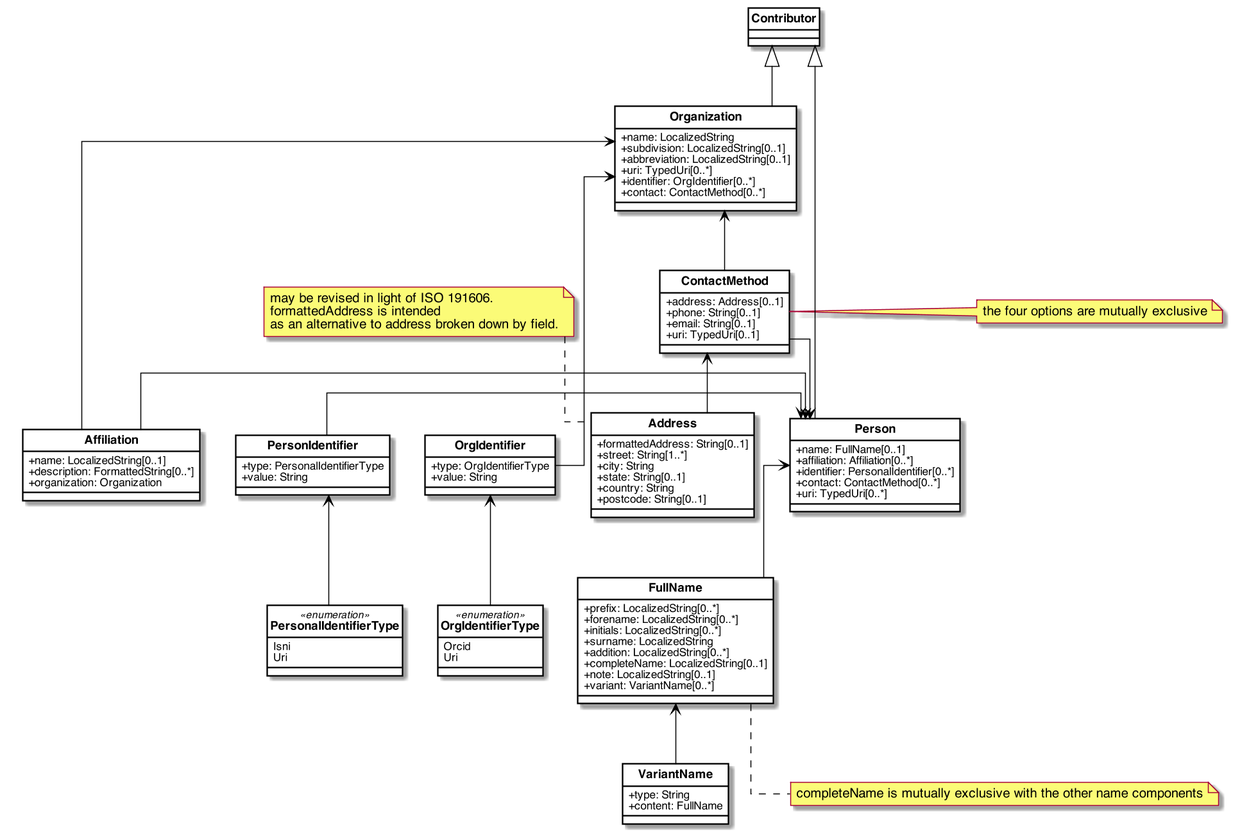
relaton/relaton-models keeps this PlantUML diagram as images/RelBib_Contributor.png. Above is the earlier version.
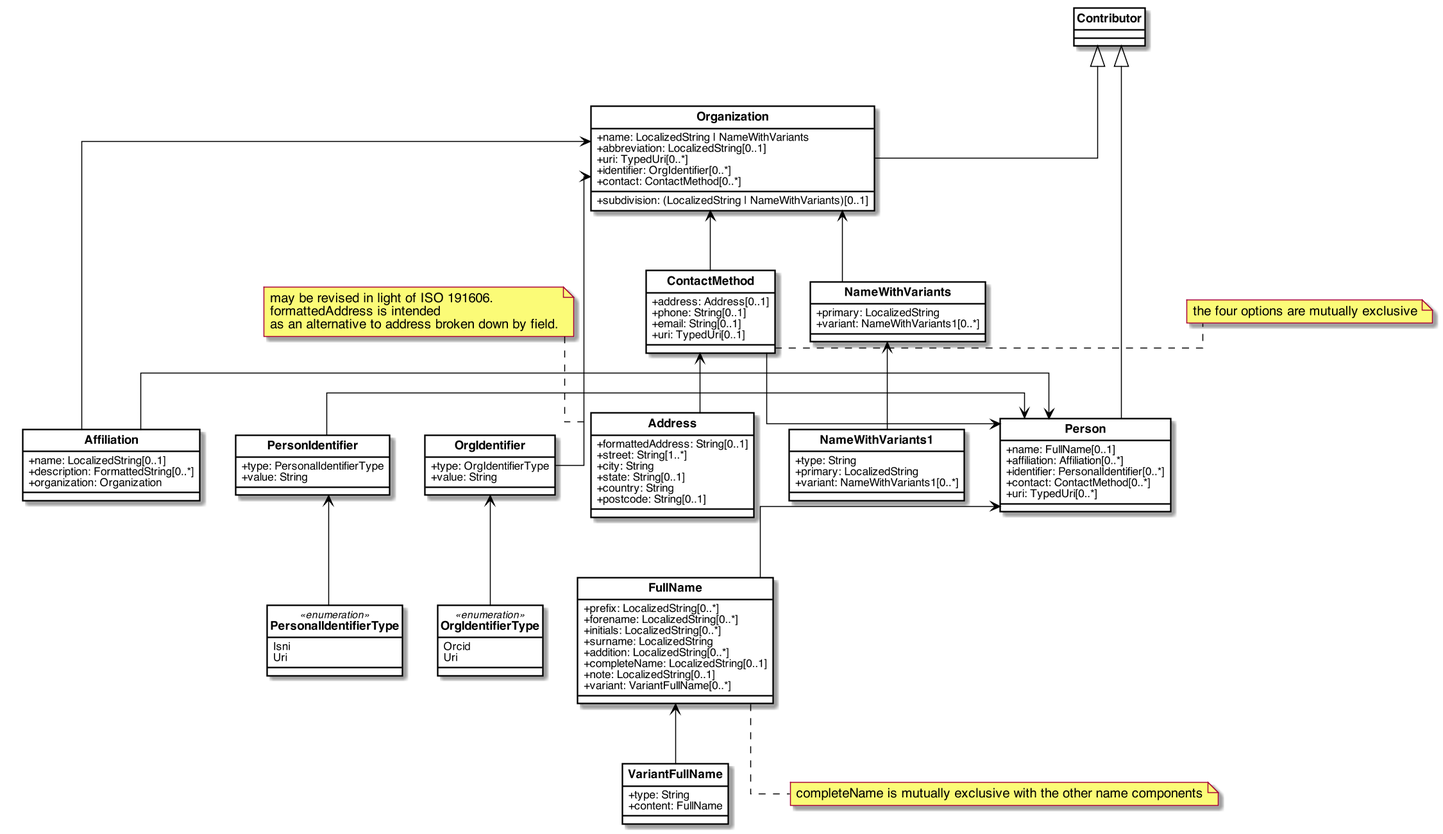
The same diagram one commit later.

Diff of the diagram source:
```diff
@@ -62,13 +62,24 @@
     }
 
     class Organization{
-        +name: LocalizedString
-        +subdivision: LocalizedString[0..1]
+        +name: LocalizedString | NameWithVariants
+        +subdivision: (LocalizedString | NameWithVariants)[0..1]
         +abbreviation: LocalizedString[0..1]
         +uri: TypedUri[0..*]
         +identifier: OrgIdentifier[0..*]
         +contact: ContactMethod[0..*]
     }
+
+    class NameWithVariants{
+        +primary: LocalizedString
+        +variant: NameWithVariants1[0..*]
+    }
+
+   class NameWithVariants1{
+        +type: String
+        +primary: LocalizedString
+        +variant: NameWithVariants1[0..*]
+   }
 
 class Address {
     +formattedAddress: String[0..1]
@@ -114,10 +125,10 @@
         +addition: LocalizedString[0..*]
         +completeName: LocalizedString[0..1]
         +note: LocalizedString[0..1]
-        +variant: VariantName[0..*]
+        +variant: VariantFullName[0..*]
     }
 
-    class VariantName{
+    class VariantFullName{
        +type: String
        +content: FullName
     }
@@ -151,8 +162,10 @@
 Person <-- FullName
 
 Organization <-- OrgIdentifier
+Organization <-- NameWithVariants
+NameWithVariants <-- NameWithVariants1
 OrgIdentifier <-- OrgIdentifierType
 
-FullName <-- VariantName
+FullName <-- VariantFullName
 
 @enduml
```
